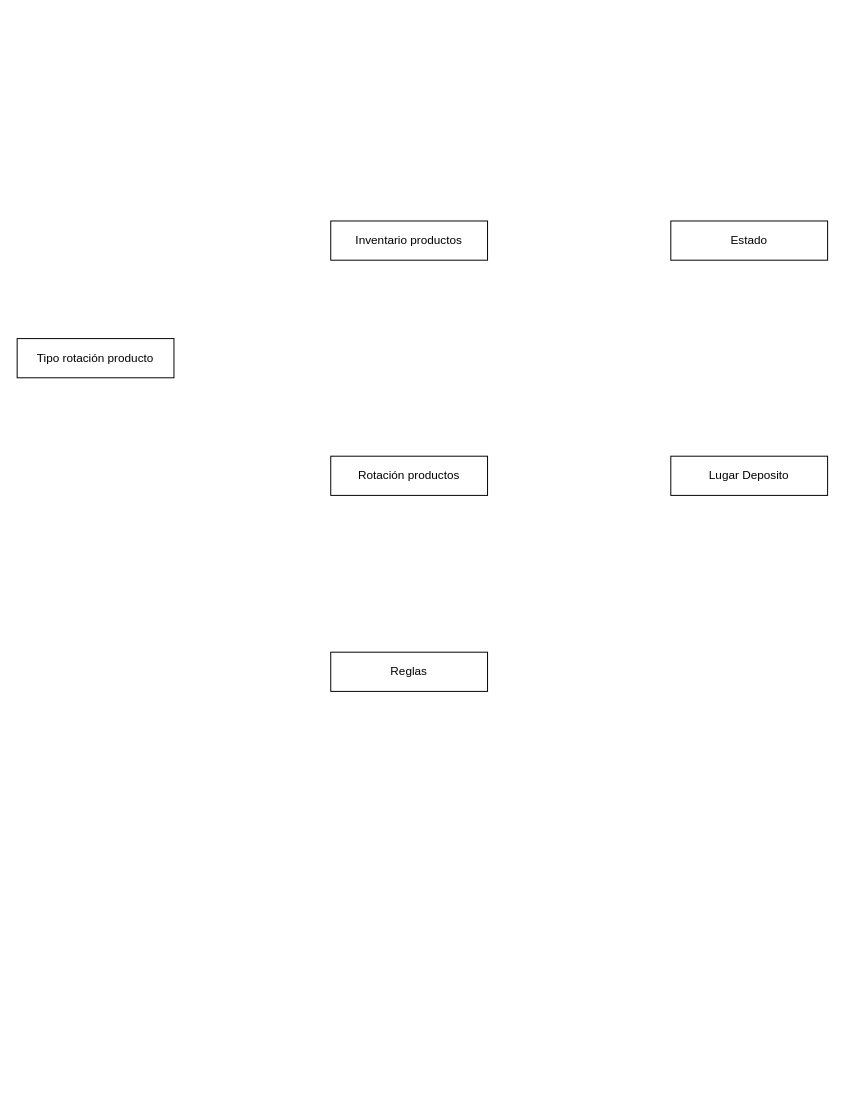
DOOPan2022/Presupuesto keeps this draw.io diagram as Extraclase/Modelo de dominio/Modelo de dominio anemico/anemico.drawio. Above is the earlier version. Source tidied: cells renumbered, new cells numbered last; positions are measured from the earlier drawing's top-left corner, leaving out a move shared by most shapes. Both pictures are drawn from the tidied source at 98%, with x=0, y=0 at pixel (17, 220).
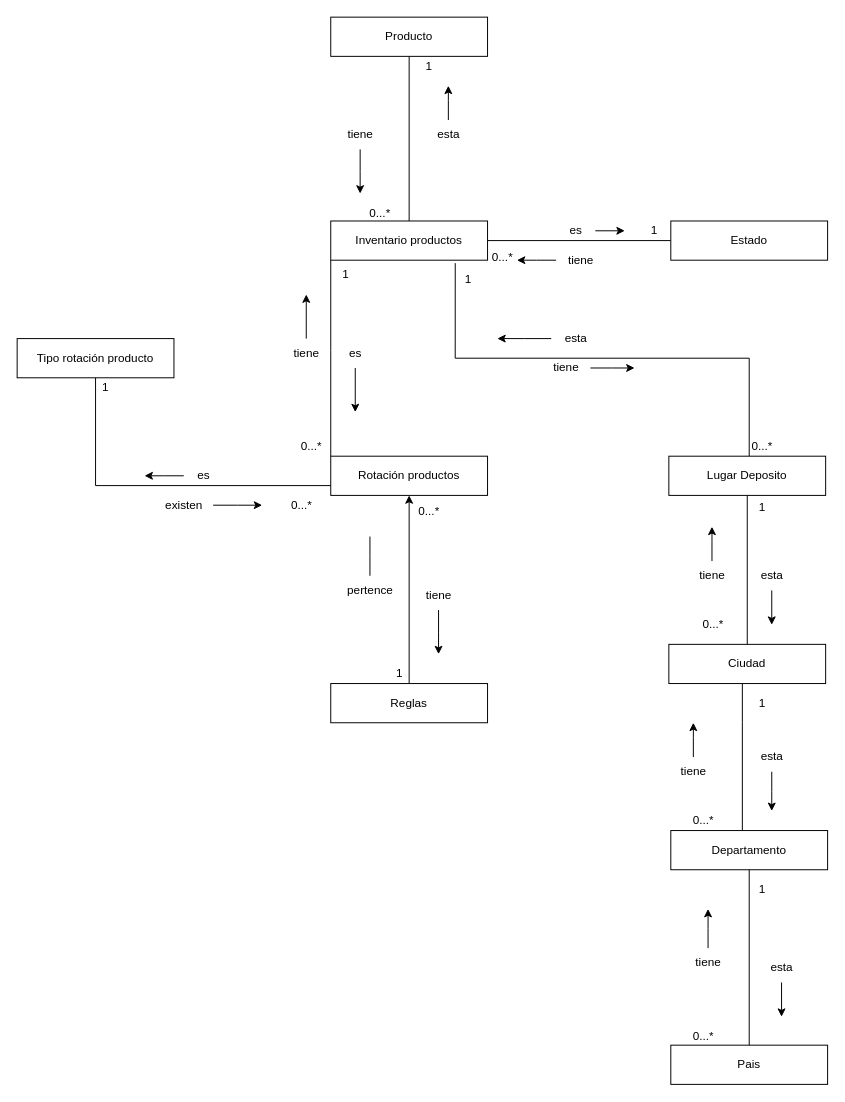
Above is the later version.

Unchanged cells that the change refers to:
```xml
<mxCell id="2" value="Inventario productos" style="rounded=0;whiteSpace=wrap;html=1;" parent="1" vertex="1">
  <mxGeometry x="320" width="160" height="40" as="geometry" />
</mxCell>
<mxCell id="3" value="Rotación productos" style="rounded=0;whiteSpace=wrap;html=1;" parent="1" vertex="1">
  <mxGeometry x="320" y="240" width="160" height="40" as="geometry" />
</mxCell>
<mxCell id="4" value="Tipo rotación producto" style="rounded=0;whiteSpace=wrap;html=1;" parent="1" vertex="1">
  <mxGeometry y="120" width="160" height="40" as="geometry" />
</mxCell>
<mxCell id="6" value="Estado" style="rounded=0;whiteSpace=wrap;html=1;" parent="1" vertex="1">
  <mxGeometry x="667" width="160" height="40" as="geometry" />
</mxCell>
```

The edit, as a diff of the source:
```diff
@@
+    <mxCell id="8" style="edgeStyle=orthogonalEdgeStyle;rounded=0;jettySize=auto;html=1;endArrow=none;endFill=0;" parent="1" edge="1" source="3" target="2">
+      <mxGeometry relative="1" as="geometry">
+        <Array as="points">
+          <mxPoint x="320" y="132" />
+          <mxPoint x="320" y="132" />
+        </Array>
+      </mxGeometry>
+    </mxCell>
@@
+    <mxCell id="9" style="edgeStyle=orthogonalEdgeStyle;rounded=0;jettySize=auto;html=1;entryX=0;entryY=0.75;entryDx=0;entryDy=0;endArrow=none;endFill=0;" parent="1" edge="1" source="4" target="3">
+      <mxGeometry relative="1" as="geometry">
+        <Array as="points">
+          <mxPoint x="80" y="270" />
+        </Array>
+      </mxGeometry>
+    </mxCell>
@@
+    <mxCell id="10" style="edgeStyle=orthogonalEdgeStyle;rounded=0;jettySize=auto;html=1;entryX=0.794;entryY=1.075;entryDx=0;entryDy=0;entryPerimeter=0;endArrow=none;endFill=0;" parent="1" edge="1" source="5" target="2">
+      <mxGeometry relative="1" as="geometry">
+        <Array as="points">
+          <mxPoint x="747" y="140" />
+          <mxPoint x="447" y="140" />
+        </Array>
+      </mxGeometry>
+    </mxCell>
     <mxCell id="5" value="Lugar Deposito" style="rounded=0;whiteSpace=wrap;html=1;" parent="1" vertex="1">
-      <mxGeometry x="667" y="240" width="160" height="40" as="geometry" />
+      <mxGeometry x="665" y="240" width="160" height="40" as="geometry" />
     </mxCell>
+    <mxCell id="11" style="edgeStyle=orthogonalEdgeStyle;rounded=0;jettySize=auto;html=1;endArrow=none;endFill=0;" parent="1" edge="1" source="6" target="2">
+      <mxGeometry relative="1" as="geometry" />
+    </mxCell>
@@
+    <mxCell id="12" style="edgeStyle=orthogonalEdgeStyle;rounded=0;jettySize=auto;html=1;entryX=0.5;entryY=1;entryDx=0;entryDy=0;endArrow=classic;endFill=1;" parent="1" edge="1" source="7" target="3">
+      <mxGeometry relative="1" as="geometry" />
+    </mxCell>
     <mxCell id="7" value="Reglas" style="rounded=0;whiteSpace=wrap;html=1;" parent="1" vertex="1">
-      <mxGeometry x="320" y="440" width="160" height="40" as="geometry" />
+      <mxGeometry x="320" y="472" width="160" height="40" as="geometry" />
     </mxCell>
+    <mxCell id="13" style="edgeStyle=orthogonalEdgeStyle;rounded=0;jettySize=auto;html=1;" parent="1" edge="1" source="14">
+      <mxGeometry relative="1" as="geometry">
+        <mxPoint x="130" y="260" as="targetPoint" />
+      </mxGeometry>
+    </mxCell>
+    <mxCell id="14" value="es" style="text;html=1;align=center;verticalAlign=middle;points=[];strokeColor=none;fillColor=none;" parent="1" vertex="1">
+      <mxGeometry x="170" y="245" width="40" height="30" as="geometry" />
+    </mxCell>
+    <mxCell id="15" style="edgeStyle=orthogonalEdgeStyle;rounded=0;jettySize=auto;html=1;" parent="1" edge="1" source="16">
+      <mxGeometry relative="1" as="geometry">
+        <mxPoint x="250" y="290" as="targetPoint" />
+      </mxGeometry>
+    </mxCell>
+    <mxCell id="16" value="existen" style="text;html=1;align=center;verticalAlign=middle;points=[];strokeColor=none;fillColor=none;" parent="1" vertex="1">
+      <mxGeometry x="140" y="275" width="60" height="30" as="geometry" />
+    </mxCell>
+    <mxCell id="17" value="1" style="text;html=1;align=center;verticalAlign=middle;strokeColor=none;fillColor=none;" parent="1" vertex="1">
+      <mxGeometry x="75" y="155" width="30" height="30" as="geometry" />
+    </mxCell>
+    <mxCell id="18" value="0...*" style="text;html=1;align=center;verticalAlign=middle;strokeColor=none;fillColor=none;" parent="1" vertex="1">
+      <mxGeometry x="270" y="275" width="40" height="30" as="geometry" />
+    </mxCell>
+    <mxCell id="19" style="edgeStyle=orthogonalEdgeStyle;rounded=0;jettySize=auto;html=1;" parent="1" edge="1" source="20">
+      <mxGeometry relative="1" as="geometry">
+        <mxPoint x="510" y="40" as="targetPoint" />
+      </mxGeometry>
+    </mxCell>
+    <mxCell id="20" value="tiene" style="text;html=1;align=center;verticalAlign=middle;points=[];strokeColor=none;fillColor=none;" parent="1" vertex="1">
+      <mxGeometry x="550" y="25" width="50" height="30" as="geometry" />
+    </mxCell>
+    <mxCell id="21" style="edgeStyle=orthogonalEdgeStyle;rounded=0;jettySize=auto;html=1;" parent="1" edge="1" source="22">
+      <mxGeometry relative="1" as="geometry">
+        <mxPoint x="620" y="10" as="targetPoint" />
+      </mxGeometry>
+    </mxCell>
+    <mxCell id="22" value="es" style="text;html=1;align=center;verticalAlign=middle;points=[];strokeColor=none;fillColor=none;" parent="1" vertex="1">
+      <mxGeometry x="550" y="-5" width="40" height="30" as="geometry" />
+    </mxCell>
+    <mxCell id="23" value="1" style="text;html=1;align=center;verticalAlign=middle;strokeColor=none;fillColor=none;" parent="1" vertex="1">
+      <mxGeometry x="635" y="-5" width="30" height="30" as="geometry" />
+    </mxCell>
+    <mxCell id="24" value="0...*" style="text;html=1;align=center;verticalAlign=middle;strokeColor=none;fillColor=none;" parent="1" vertex="1">
+      <mxGeometry x="475" y="22" width="40" height="30" as="geometry" />
+    </mxCell>
+    <mxCell id="25" style="edgeStyle=orthogonalEdgeStyle;rounded=0;jettySize=auto;html=1;" parent="1" edge="1" source="26">
+      <mxGeometry relative="1" as="geometry">
+        <mxPoint x="345" y="195" as="targetPoint" />
+      </mxGeometry>
+    </mxCell>
+    <mxCell id="26" value="es" style="text;html=1;align=center;verticalAlign=middle;points=[];strokeColor=none;fillColor=none;" parent="1" vertex="1">
+      <mxGeometry x="325" y="120" width="40" height="30" as="geometry" />
+    </mxCell>
+    <mxCell id="27" style="edgeStyle=orthogonalEdgeStyle;rounded=0;jettySize=auto;html=1;" parent="1" edge="1" source="28">
+      <mxGeometry relative="1" as="geometry">
+        <mxPoint x="295" y="75" as="targetPoint" />
+      </mxGeometry>
+    </mxCell>
+    <mxCell id="28" value="tiene" style="text;html=1;align=center;verticalAlign=middle;points=[];strokeColor=none;fillColor=none;" parent="1" vertex="1">
+      <mxGeometry x="270" y="120" width="50" height="30" as="geometry" />
+    </mxCell>
+    <mxCell id="29" value="1" style="text;html=1;align=center;verticalAlign=middle;strokeColor=none;fillColor=none;" parent="1" vertex="1">
+      <mxGeometry x="320" y="40" width="30" height="30" as="geometry" />
+    </mxCell>
+    <mxCell id="30" value="0...*" style="text;html=1;align=center;verticalAlign=middle;strokeColor=none;fillColor=none;" parent="1" vertex="1">
+      <mxGeometry x="280" y="215" width="40" height="30" as="geometry" />
+    </mxCell>
+    <mxCell id="31" style="edgeStyle=orthogonalEdgeStyle;rounded=0;jettySize=auto;html=1;" parent="1" edge="1" source="32">
+      <mxGeometry relative="1" as="geometry">
+        <mxPoint x="490" y="120" as="targetPoint" />
+      </mxGeometry>
+    </mxCell>
+    <mxCell id="32" value="esta" style="text;html=1;align=center;verticalAlign=middle;points=[];strokeColor=none;fillColor=none;" parent="1" vertex="1">
+      <mxGeometry x="545" y="105" width="50" height="30" as="geometry" />
+    </mxCell>
+    <mxCell id="33" style="edgeStyle=orthogonalEdgeStyle;rounded=0;jettySize=auto;html=1;" parent="1" edge="1" source="34">
+      <mxGeometry relative="1" as="geometry">
+        <mxPoint x="630" y="150" as="targetPoint" />
+      </mxGeometry>
+    </mxCell>
+    <mxCell id="34" value="tiene" style="text;html=1;align=center;verticalAlign=middle;points=[];strokeColor=none;fillColor=none;" parent="1" vertex="1">
+      <mxGeometry x="535" y="135" width="50" height="30" as="geometry" />
+    </mxCell>
+    <mxCell id="35" value="1" style="text;html=1;align=center;verticalAlign=middle;strokeColor=none;fillColor=none;" parent="1" vertex="1">
+      <mxGeometry x="445" y="45" width="30" height="30" as="geometry" />
+    </mxCell>
+    <mxCell id="36" value="0...*" style="text;html=1;align=center;verticalAlign=middle;strokeColor=none;fillColor=none;" parent="1" vertex="1">
+      <mxGeometry x="740" y="215" width="40" height="30" as="geometry" />
+    </mxCell>
+    <mxCell id="37" style="edgeStyle=orthogonalEdgeStyle;rounded=0;jettySize=auto;html=1;entryX=0.5;entryY=0;entryDx=0;entryDy=0;endArrow=none;endFill=0;" parent="1" edge="1" source="38" target="2">
+      <mxGeometry relative="1" as="geometry" />
+    </mxCell>
+    <mxCell id="38" value="Producto" style="rounded=0;whiteSpace=wrap;html=1;" parent="1" vertex="1">
+      <mxGeometry x="320" y="-208" width="160" height="40" as="geometry" />
+    </mxCell>
+    <mxCell id="39" style="edgeStyle=orthogonalEdgeStyle;rounded=0;jettySize=auto;html=1;endArrow=classic;endFill=1;" parent="1" edge="1" source="40">
+      <mxGeometry relative="1" as="geometry">
+        <mxPoint x="440" y="-138" as="targetPoint" />
+      </mxGeometry>
+    </mxCell>
+    <mxCell id="40" value="esta" style="text;html=1;align=center;verticalAlign=middle;points=[];strokeColor=none;fillColor=none;" parent="1" vertex="1">
+      <mxGeometry x="415" y="-103" width="50" height="30" as="geometry" />
+    </mxCell>
+    <mxCell id="41" style="edgeStyle=orthogonalEdgeStyle;rounded=0;jettySize=auto;html=1;endArrow=classic;endFill=1;" parent="1" edge="1" source="42">
+      <mxGeometry relative="1" as="geometry">
+        <mxPoint x="350" y="-28" as="targetPoint" />
+      </mxGeometry>
+    </mxCell>
+    <mxCell id="42" value="tiene" style="text;html=1;align=center;verticalAlign=middle;points=[];strokeColor=none;fillColor=none;" parent="1" vertex="1">
+      <mxGeometry x="325" y="-103" width="50" height="30" as="geometry" />
+    </mxCell>
+    <mxCell id="43" value="1" style="text;html=1;align=center;verticalAlign=middle;strokeColor=none;fillColor=none;" parent="1" vertex="1">
+      <mxGeometry x="405" y="-173" width="30" height="30" as="geometry" />
+    </mxCell>
+    <mxCell id="44" value="0...*" style="text;html=1;align=center;verticalAlign=middle;strokeColor=none;fillColor=none;" parent="1" vertex="1">
+      <mxGeometry x="350" y="-23" width="40" height="30" as="geometry" />
+    </mxCell>
+    <mxCell id="45" style="edgeStyle=orthogonalEdgeStyle;rounded=0;jettySize=auto;html=1;endArrow=classic;endFill=1;" parent="1" edge="1" source="46">
+      <mxGeometry relative="1" as="geometry">
+        <mxPoint x="430" y="442" as="targetPoint" />
+      </mxGeometry>
+    </mxCell>
+    <mxCell id="46" value="tiene" style="text;html=1;align=center;verticalAlign=middle;points=[];strokeColor=none;fillColor=none;" parent="1" vertex="1">
+      <mxGeometry x="405" y="367" width="50" height="30" as="geometry" />
+    </mxCell>
+    <mxCell id="47" style="edgeStyle=orthogonalEdgeStyle;rounded=0;jettySize=auto;html=1;endArrow=none;endFill=0;" parent="1" edge="1" source="48" target="50">
+      <mxGeometry relative="1" as="geometry">
+        <Array as="points">
+          <mxPoint x="740" y="512" />
+          <mxPoint x="740" y="512" />
+        </Array>
+      </mxGeometry>
+    </mxCell>
+    <mxCell id="48" value="Departamento" style="rounded=0;whiteSpace=wrap;html=1;" parent="1" vertex="1">
+      <mxGeometry x="667" y="622" width="160" height="40" as="geometry" />
+    </mxCell>
+    <mxCell id="49" style="edgeStyle=orthogonalEdgeStyle;rounded=0;jettySize=auto;html=1;entryX=0.5;entryY=1;entryDx=0;entryDy=0;endArrow=none;endFill=0;" parent="1" edge="1" source="50" target="5">
+      <mxGeometry relative="1" as="geometry" />
+    </mxCell>
+    <mxCell id="50" value="Ciudad" style="rounded=0;whiteSpace=wrap;html=1;" parent="1" vertex="1">
+      <mxGeometry x="665" y="432" width="160" height="40" as="geometry" />
+    </mxCell>
+    <mxCell id="51" style="edgeStyle=orthogonalEdgeStyle;rounded=0;jettySize=auto;html=1;entryX=0.5;entryY=1;entryDx=0;entryDy=0;endArrow=none;endFill=0;" parent="1" edge="1" source="52" target="48">
+      <mxGeometry relative="1" as="geometry" />
+    </mxCell>
+    <mxCell id="52" value="Pais" style="rounded=0;whiteSpace=wrap;html=1;" parent="1" vertex="1">
+      <mxGeometry x="667" y="841" width="160" height="40" as="geometry" />
+    </mxCell>
+    <mxCell id="53" style="edgeStyle=orthogonalEdgeStyle;rounded=0;jettySize=auto;html=1;endArrow=classic;endFill=1;" parent="1" edge="1" source="54">
+      <mxGeometry relative="1" as="geometry">
+        <mxPoint x="770" y="412" as="targetPoint" />
+      </mxGeometry>
+    </mxCell>
+    <mxCell id="54" value="esta" style="text;html=1;align=center;verticalAlign=middle;points=[];strokeColor=none;fillColor=none;" parent="1" vertex="1">
+      <mxGeometry x="745" y="347" width="50" height="30" as="geometry" />
+    </mxCell>
+    <mxCell id="55" style="edgeStyle=orthogonalEdgeStyle;rounded=0;jettySize=auto;html=1;endArrow=classic;endFill=1;" parent="1" edge="1" source="56">
+      <mxGeometry relative="1" as="geometry">
+        <mxPoint x="709" y="312" as="targetPoint" />
+      </mxGeometry>
+    </mxCell>
+    <mxCell id="56" value="tiene" style="text;html=1;align=center;verticalAlign=middle;points=[];strokeColor=none;fillColor=none;" parent="1" vertex="1">
+      <mxGeometry x="684" y="347" width="50" height="30" as="geometry" />
+    </mxCell>
+    <mxCell id="57" style="edgeStyle=orthogonalEdgeStyle;rounded=0;jettySize=auto;html=1;endArrow=classic;endFill=1;" parent="1" edge="1" source="58">
+      <mxGeometry relative="1" as="geometry">
+        <mxPoint x="690" y="512" as="targetPoint" />
+      </mxGeometry>
+    </mxCell>
+    <mxCell id="58" value="tiene" style="text;html=1;align=center;verticalAlign=middle;points=[];strokeColor=none;fillColor=none;" parent="1" vertex="1">
+      <mxGeometry x="665" y="547" width="50" height="30" as="geometry" />
+    </mxCell>
+    <mxCell id="59" style="edgeStyle=orthogonalEdgeStyle;rounded=0;jettySize=auto;html=1;endArrow=classic;endFill=1;" parent="1" edge="1" source="60">
+      <mxGeometry relative="1" as="geometry">
+        <mxPoint x="770" y="602" as="targetPoint" />
+      </mxGeometry>
+    </mxCell>
+    <mxCell id="60" value="esta" style="text;html=1;align=center;verticalAlign=middle;points=[];strokeColor=none;fillColor=none;" parent="1" vertex="1">
+      <mxGeometry x="745" y="532" width="50" height="30" as="geometry" />
+    </mxCell>
+    <mxCell id="61" style="edgeStyle=orthogonalEdgeStyle;rounded=0;jettySize=auto;html=1;endArrow=classic;endFill=1;" parent="1" edge="1" source="62">
+      <mxGeometry relative="1" as="geometry">
+        <mxPoint x="705" y="702" as="targetPoint" />
+      </mxGeometry>
+    </mxCell>
+    <mxCell id="62" value="tiene" style="text;html=1;align=center;verticalAlign=middle;points=[];strokeColor=none;fillColor=none;" parent="1" vertex="1">
+      <mxGeometry x="680" y="742" width="50" height="30" as="geometry" />
+    </mxCell>
+    <mxCell id="63" style="edgeStyle=orthogonalEdgeStyle;rounded=0;jettySize=auto;html=1;endArrow=classic;endFill=1;" parent="1" edge="1" source="64">
+      <mxGeometry relative="1" as="geometry">
+        <mxPoint x="780" y="812" as="targetPoint" />
+      </mxGeometry>
+    </mxCell>
+    <mxCell id="64" value="esta" style="text;html=1;align=center;verticalAlign=middle;points=[];strokeColor=none;fillColor=none;" parent="1" vertex="1">
+      <mxGeometry x="755" y="747" width="50" height="30" as="geometry" />
+    </mxCell>
+    <mxCell id="65" value="1" style="text;html=1;align=center;verticalAlign=middle;strokeColor=none;fillColor=none;" parent="1" vertex="1">
+      <mxGeometry x="745" y="477" width="30" height="30" as="geometry" />
+    </mxCell>
+    <mxCell id="66" value="0...*" style="text;html=1;align=center;verticalAlign=middle;strokeColor=none;fillColor=none;" parent="1" vertex="1">
+      <mxGeometry x="680" y="597" width="40" height="30" as="geometry" />
+    </mxCell>
+    <mxCell id="67" value="1" style="text;html=1;align=center;verticalAlign=middle;strokeColor=none;fillColor=none;" parent="1" vertex="1">
+      <mxGeometry x="745" y="667" width="30" height="30" as="geometry" />
+    </mxCell>
+    <mxCell id="68" value="0...*" style="text;html=1;align=center;verticalAlign=middle;strokeColor=none;fillColor=none;" parent="1" vertex="1">
+      <mxGeometry x="680" y="817" width="40" height="30" as="geometry" />
+    </mxCell>
+    <mxCell id="69" value="0...*" style="text;html=1;align=center;verticalAlign=middle;strokeColor=none;fillColor=none;" parent="1" vertex="1">
+      <mxGeometry x="400" y="282" width="40" height="30" as="geometry" />
+    </mxCell>
+    <mxCell id="70" value="1" style="text;html=1;align=center;verticalAlign=middle;strokeColor=none;fillColor=none;" parent="1" vertex="1">
+      <mxGeometry x="745" y="277" width="30" height="30" as="geometry" />
+    </mxCell>
+    <mxCell id="71" value="0...*" style="text;html=1;align=center;verticalAlign=middle;strokeColor=none;fillColor=none;" parent="1" vertex="1">
+      <mxGeometry x="690" y="397" width="40" height="30" as="geometry" />
+    </mxCell>
+    <mxCell id="72" style="edgeStyle=orthogonalEdgeStyle;rounded=0;jettySize=auto;html=1;endArrow=none;endFill=0;" parent="1" edge="1" source="73">
+      <mxGeometry relative="1" as="geometry">
+        <mxPoint x="360" y="322" as="targetPoint" />
+      </mxGeometry>
+    </mxCell>
+    <mxCell id="73" value="pertence" style="text;html=1;align=center;verticalAlign=middle;points=[];strokeColor=none;fillColor=none;" parent="1" vertex="1">
+      <mxGeometry x="325" y="362" width="70" height="30" as="geometry" />
+    </mxCell>
+    <mxCell id="74" value="1" style="text;html=1;align=center;verticalAlign=middle;strokeColor=none;fillColor=none;" parent="1" vertex="1">
+      <mxGeometry x="375" y="447" width="30" height="30" as="geometry" />
+    </mxCell>
```
